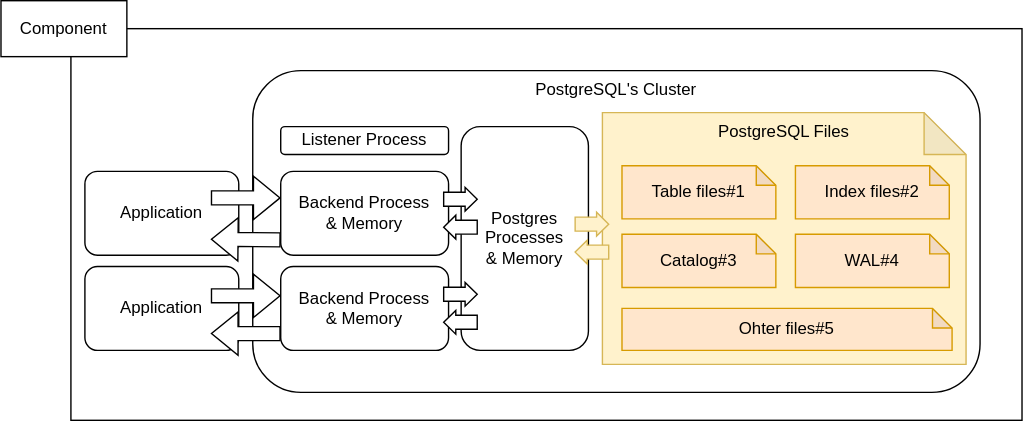
koyama2023PBL/yatagarasu keeps this draw.io diagram as src/Content/Postgresql/SVGs/explore/components/explore_component_files.svg. Above is the earlier version. Source tidied: cells renumbered, new cells last; positions are measured from the earlier drawing's top-left corner, leaving out a move shared by most shapes.
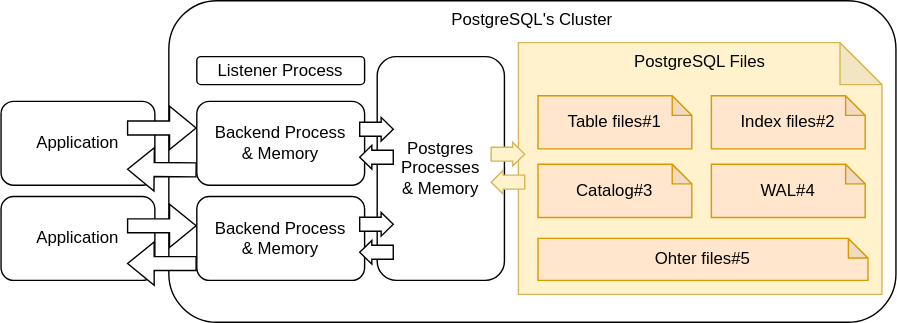
Later version of the same file.

The edit, as a diff of the source:
```diff
@@ -2,9 +2,6 @@
   <root>
     <mxCell id="0" />
     <mxCell id="1" parent="0" />
-    <mxCell id="2" style="rounded=0;whiteSpace=wrap;html=1;" parent="1" vertex="1">
-      <mxGeometry x="50" y="20" width="680" height="280" as="geometry" />
-    </mxCell>
     <mxCell id="3" value="PostgreSQL's Cluster" style="rounded=1;whiteSpace=wrap;html=1;verticalAlign=top;" parent="1" vertex="1">
       <mxGeometry x="180" y="50" width="520" height="230" as="geometry" />
     </mxCell>
@@ -17,9 +14,6 @@
     <mxCell id="6" value="Listener Process" style="rounded=1;whiteSpace=wrap;html=1;verticalAlign=middle;" parent="1" vertex="1">
       <mxGeometry x="200" y="90" width="120" height="20" as="geometry" />
     </mxCell>
-    <mxCell id="7" value="Component" style="rounded=0;whiteSpace=wrap;html=1;align=center;" parent="1" vertex="1">
-      <mxGeometry width="90" height="40" as="geometry" />
-    </mxCell>
     <mxCell id="8" value="Application" style="rounded=1;whiteSpace=wrap;html=1;" parent="1" vertex="1">
       <mxGeometry x="60" y="122" width="110" height="60" as="geometry" />
     </mxCell>
```
